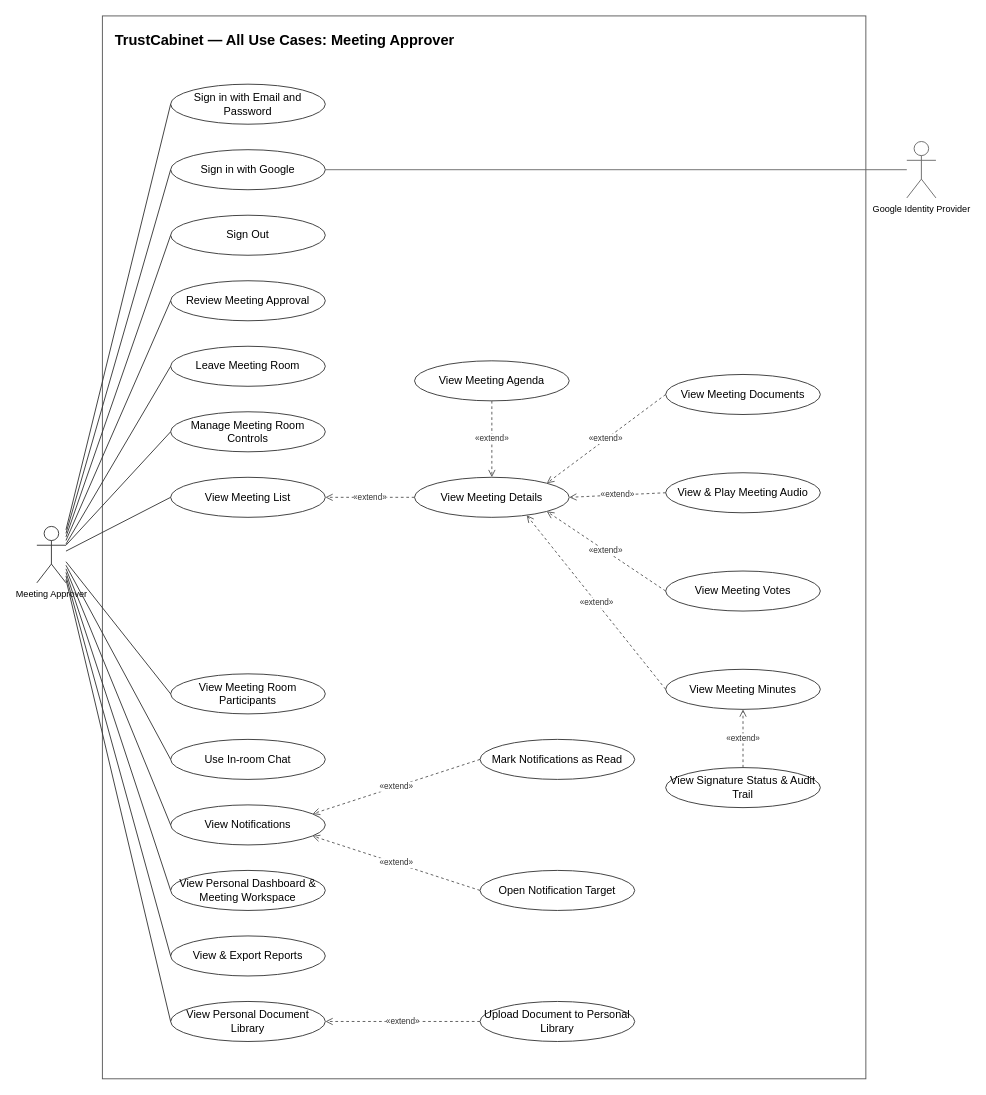
This is page "Meeting Approver" (3 of 7) of docs/assets/use-case-diagrams/trustcabinet-use-cases.drawio from callmehai/FU-FA26-G116, a draw.io file, before an edit. Source tidied: cells renumbered, new cells numbered last; positions are measured from the earlier drawing's top-left corner, leaving out a move shared by most shapes. Both pictures are drawn from the tidied source at 91%, with x=0, y=0 at pixel (36, 15).
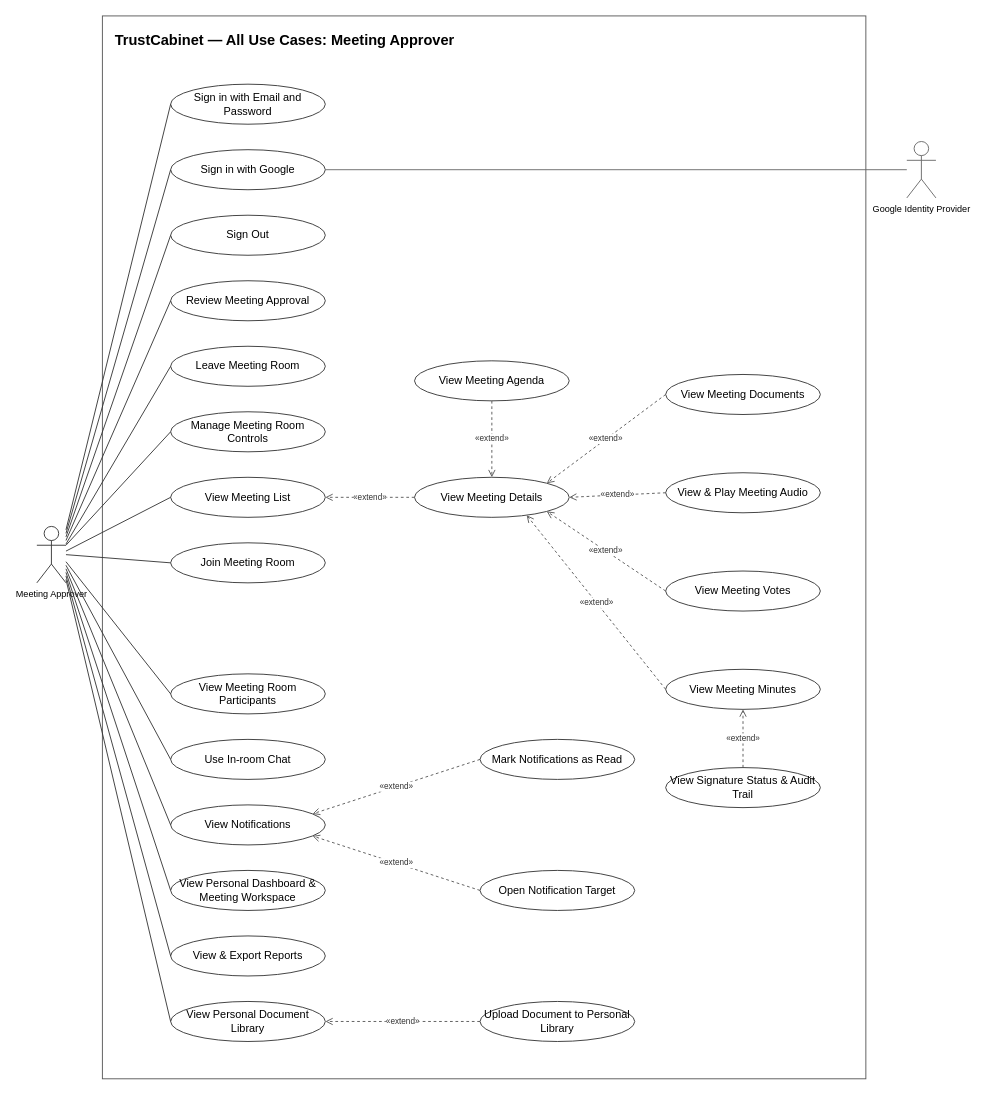
The same page after the edit.

Unchanged cells that the change refers to:
```xml
<mxCell id="26" value="Meeting Approver" style="shape=umlActor;verticalLabelPosition=bottom;verticalAlign=top;html=1;outlineConnect=0;fillColor=#ffffff;strokeColor=#333333;fontSize=10;" parent="1" vertex="1">
  <mxGeometry y="561" width="32" height="62" as="geometry" />
</mxCell>
```

Diff of the diagram source:
```diff
@@
+    <mxCell id="52" value="&lt;div&gt;&lt;span style=&quot;background-color: transparent; color: light-dark(rgb(0, 0, 0), rgb(255, 255, 255));&quot;&gt;Join Meeting Room&lt;/span&gt;&lt;/div&gt;" style="ellipse;whiteSpace=wrap;html=1;align=center;verticalAlign=middle;fontSize=12;strokeColor=#333333;fillColor=#ffffff;" parent="1" vertex="1">
+      <mxGeometry x="147" y="579" width="170" height="44" as="geometry" />
+    </mxCell>
+    <mxCell id="53" style="edgeStyle=none;html=1;strokeColor=#333333;strokeWidth=1;endArrow=none;startArrow=none;exitX=1;exitY=0.5;exitDx=0;exitDy=0;entryX=0;entryY=0.5;entryDx=0;entryDy=0;" parent="1" edge="1" source="26" target="52">
+      <mxGeometry relative="1" as="geometry" />
+    </mxCell>
```
